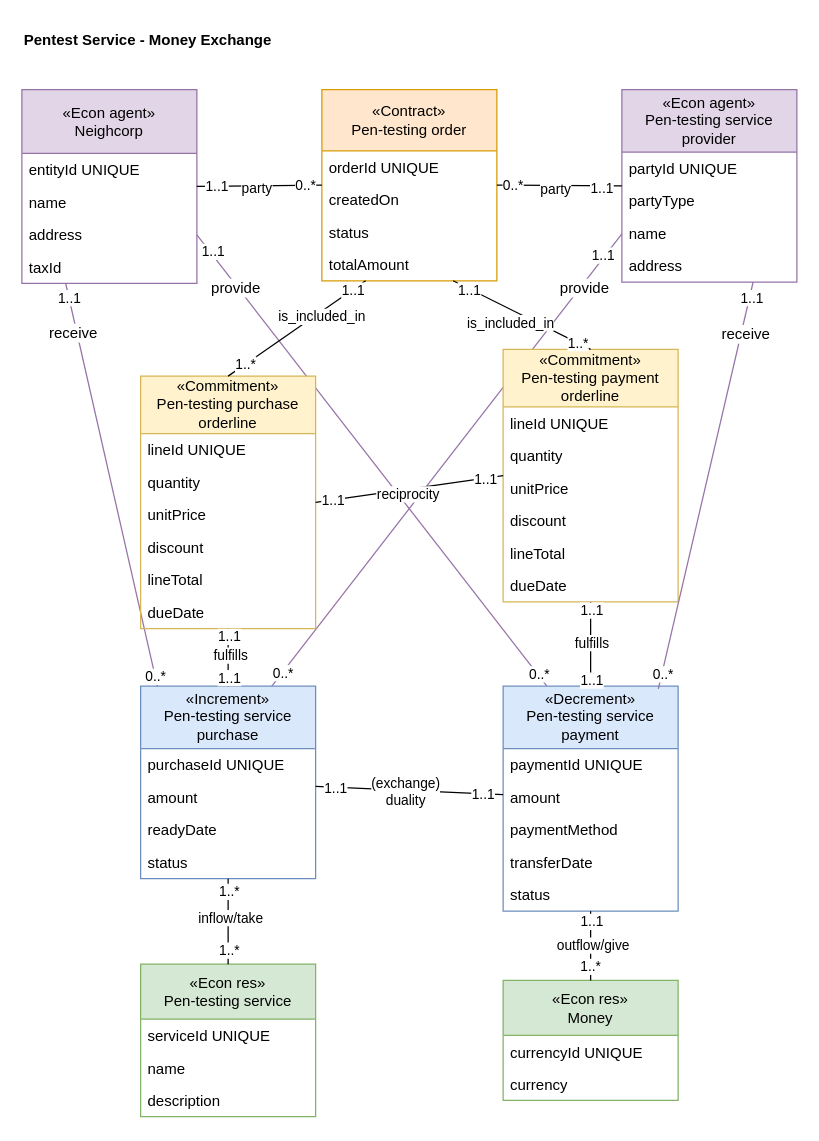
This is page "Pentest Service Exchange" (3 of 9) of media/IS1_Project_REA.drawio from tudwiglemmel/Neigh-Corp---Golden-Meadows, a draw.io file, before an edit. Source tidied: cells renumbered, new cells numbered last; positions are measured from the earlier drawing's top-left corner, leaving out a move shared by most shapes. Both pictures are drawn from the tidied source at 125%, with x=0, y=0 at pixel (21, 21).
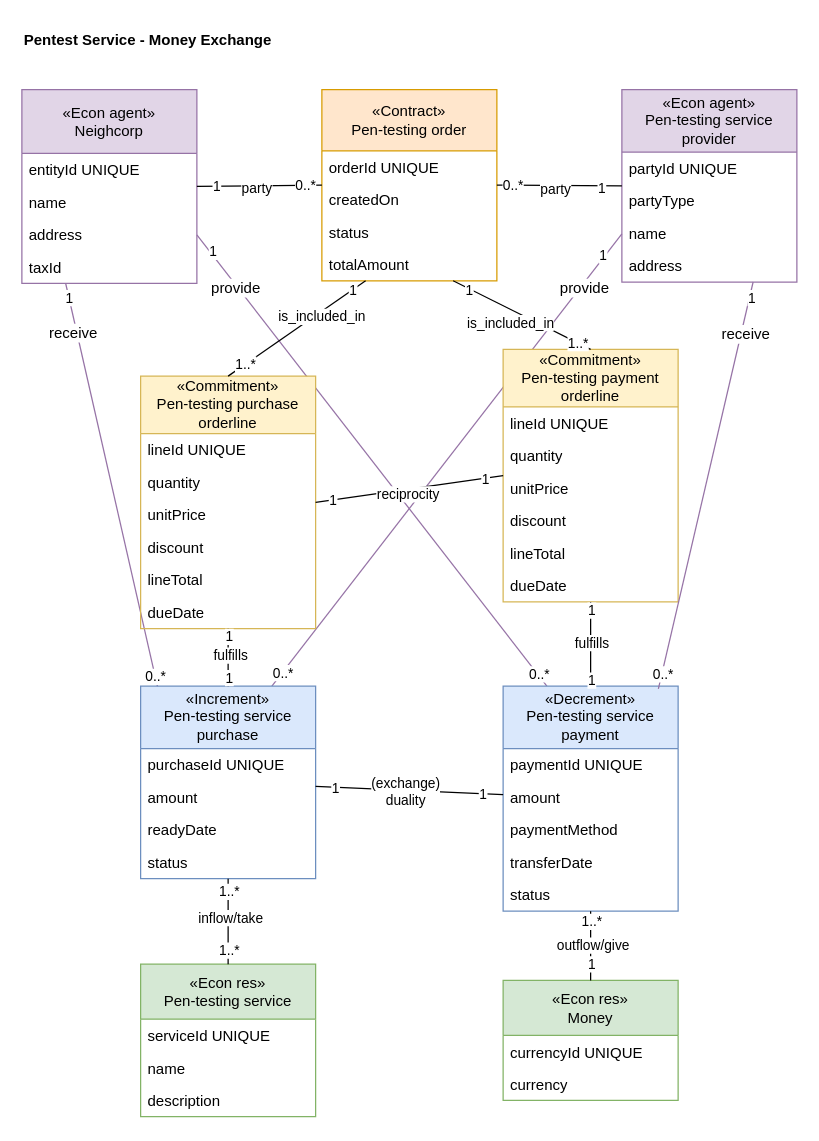
After the change.

The change refers to these unchanged cells:
```xml
<mxCell id="2" value="receive" style="rounded=0;jettySize=auto;html=1;exitX=0.25;exitY=1;exitDx=0;exitDy=0;entryX=0.101;entryY=0.021;entryDx=0;entryDy=0;fontFamily=Helvetica;fontSize=12;fontColor=default;entryPerimeter=0;endArrow=none;endFill=0;fillColor=#e1d5e7;strokeColor=#9673a6;" parent="1" edge="1" source="8" target="60">
  <mxGeometry x="-0.76" y="-3" relative="1" as="geometry" />
</mxCell>
<mxCell id="5" value="provide" style="rounded=0;jettySize=auto;html=1;exitX=1;exitY=0.75;exitDx=0;exitDy=0;entryX=0.25;entryY=0;entryDx=0;entryDy=0;fontFamily=Helvetica;fontSize=12;fontColor=default;endArrow=none;endFill=0;fillColor=#e1d5e7;strokeColor=#9673a6;" parent="1" edge="1" source="8" target="65">
  <mxGeometry x="-0.77" y="-2" relative="1" as="geometry" />
</mxCell>
<mxCell id="13" value="provide" style="rounded=0;jettySize=auto;html=1;exitX=0;exitY=0.75;exitDx=0;exitDy=0;entryX=0.75;entryY=0;entryDx=0;entryDy=0;fontFamily=Helvetica;fontSize=12;fontColor=default;endArrow=none;endFill=0;fillColor=#e1d5e7;strokeColor=#9673a6;" parent="1" edge="1" source="16" target="60">
  <mxGeometry x="-0.77" y="3" relative="1" as="geometry" />
</mxCell>
<mxCell id="26" style="endArrow=none;html=1;rounded=0;entryX=1;entryY=0.5;entryDx=0;entryDy=0;exitX=0;exitY=0.5;exitDx=0;exitDy=0;" parent="1" edge="1" source="21" target="8">
  <mxGeometry relative="1" as="geometry" />
</mxCell>
<mxCell id="30" style="endArrow=none;html=1;rounded=0;entryX=0;entryY=0.5;entryDx=0;entryDy=0;exitX=1;exitY=0.5;exitDx=0;exitDy=0;" parent="1" edge="1" source="21" target="16">
  <mxGeometry relative="1" as="geometry" />
</mxCell>
<mxCell id="48" style="endArrow=none;html=1;rounded=0;exitX=1;exitY=0.5;exitDx=0;exitDy=0;entryX=0;entryY=0.5;entryDx=0;entryDy=0;" parent="1" edge="1" source="34" target="41">
  <mxGeometry relative="1" as="geometry" />
</mxCell>
<mxCell id="52" style="endArrow=none;html=1;rounded=0;exitX=0.5;exitY=0;exitDx=0;exitDy=0;entryX=0.25;entryY=1;entryDx=0;entryDy=0;" parent="1" edge="1" source="34" target="21">
  <mxGeometry relative="1" as="geometry" />
</mxCell>
<mxCell id="56" style="endArrow=none;html=1;rounded=0;exitX=0.75;exitY=1;exitDx=0;exitDy=0;entryX=0.5;entryY=0;entryDx=0;entryDy=0;" parent="1" edge="1" source="21" target="41">
  <mxGeometry relative="1" as="geometry" />
</mxCell>
<mxCell id="71" style="endArrow=none;html=1;rounded=0;" parent="1" edge="1" source="60" target="34">
  <mxGeometry relative="1" as="geometry" />
</mxCell>
<mxCell id="75" style="endArrow=none;html=1;rounded=0;" parent="1" edge="1" source="65" target="41">
  <mxGeometry relative="1" as="geometry" />
</mxCell>
<mxCell id="86" style="endArrow=none;html=1;rounded=0;" parent="1" edge="1" source="60" target="65">
  <mxGeometry relative="1" as="geometry" />
</mxCell>
<mxCell id="90" style="endArrow=none;html=1;rounded=0;" parent="1" edge="1" source="83" target="65">
  <mxGeometry relative="1" as="geometry" />
</mxCell>
<mxCell id="98" value="receive" style="rounded=0;jettySize=auto;html=1;exitX=0.75;exitY=1;exitDx=0;exitDy=0;entryX=0.887;entryY=0.012;entryDx=0;entryDy=0;entryPerimeter=0;fontFamily=Helvetica;fontSize=12;fontColor=default;endArrow=none;endFill=0;fillColor=#e1d5e7;strokeColor=#9673a6;" parent="1" edge="1" source="16" target="65">
  <mxGeometry x="-0.75" y="5" relative="1" as="geometry">
    <mxPoint x="-1" as="offset" />
  </mxGeometry>
</mxCell>
```

The edit, as a diff of the source:
```diff
@@
-    <mxCell id="4" value="1..1" style="edgeLabel;html=1;align=center;verticalAlign=middle;" parent="2" vertex="1">
+    <mxCell id="4" value="1" style="edgeLabel;html=1;align=center;verticalAlign=middle;" parent="2" vertex="1">
       <mxGeometry x="-0.93" relative="1" as="geometry" />
     </mxCell>
@@
-    <mxCell id="7" value="1..1" style="edgeLabel;html=1;align=center;verticalAlign=middle;" parent="5" vertex="1">
+    <mxCell id="7" value="1" style="edgeLabel;html=1;align=center;verticalAlign=middle;" parent="5" vertex="1">
       <mxGeometry x="-0.92" y="2" relative="1" as="geometry" />
     </mxCell>
@@
-    <mxCell id="15" value="1..1" style="edgeLabel;html=1;align=center;verticalAlign=middle;" parent="13" vertex="1">
+    <mxCell id="15" value="1" style="edgeLabel;html=1;align=center;verticalAlign=middle;" parent="13" vertex="1">
       <mxGeometry x="-0.9" y="-2" relative="1" as="geometry" />
     </mxCell>
@@
-    <mxCell id="29" value="1..1" style="edgeLabel;html=1;align=center;verticalAlign=middle;" parent="26" vertex="1">
+    <mxCell id="29" value="1" style="edgeLabel;html=1;align=center;verticalAlign=middle;" parent="26" vertex="1">
       <mxGeometry x="0.7" relative="1" as="geometry" />
     </mxCell>
@@
-    <mxCell id="33" value="1..1" style="edgeLabel;html=1;align=center;verticalAlign=middle;" parent="30" vertex="1">
+    <mxCell id="33" value="1" style="edgeLabel;html=1;align=center;verticalAlign=middle;" parent="30" vertex="1">
       <mxGeometry x="0.68" y="-1" relative="1" as="geometry" />
     </mxCell>
@@
-    <mxCell id="50" value="1..1" style="edgeLabel;html=1;align=center;verticalAlign=middle;" parent="48" vertex="1">
+    <mxCell id="50" value="1" style="edgeLabel;html=1;align=center;verticalAlign=middle;" parent="48" vertex="1">
       <mxGeometry x="-0.82" relative="1" as="geometry" />
     </mxCell>
-    <mxCell id="51" value="1..1" style="edgeLabel;html=1;align=center;verticalAlign=middle;" parent="48" vertex="1">
+    <mxCell id="51" value="1" style="edgeLabel;html=1;align=center;verticalAlign=middle;" parent="48" vertex="1">
       <mxGeometry x="0.81" relative="1" as="geometry" />
     </mxCell>
@@
-    <mxCell id="54" value="1..1" style="edgeLabel;html=1;align=center;verticalAlign=middle;" parent="52" vertex="1">
+    <mxCell id="54" value="1" style="edgeLabel;html=1;align=center;verticalAlign=middle;" parent="52" vertex="1">
       <mxGeometry x="0.81" relative="1" as="geometry" />
     </mxCell>
@@
-    <mxCell id="58" value="1..1" style="edgeLabel;html=1;align=center;verticalAlign=middle;" parent="56" vertex="1">
+    <mxCell id="58" value="1" style="edgeLabel;html=1;align=center;verticalAlign=middle;" parent="56" vertex="1">
       <mxGeometry x="-0.77" y="-1" relative="1" as="geometry" />
     </mxCell>
@@
-    <mxCell id="73" value="1..1" style="edgeLabel;html=1;align=center;verticalAlign=middle;" parent="71" vertex="1">
+    <mxCell id="73" value="1" style="edgeLabel;html=1;align=center;verticalAlign=middle;" parent="71" vertex="1">
       <mxGeometry x="-0.69" relative="1" as="geometry" />
     </mxCell>
-    <mxCell id="74" value="1..1" style="edgeLabel;html=1;align=center;verticalAlign=middle;" parent="71" vertex="1">
+    <mxCell id="74" value="1" style="edgeLabel;html=1;align=center;verticalAlign=middle;" parent="71" vertex="1">
       <mxGeometry x="0.75" relative="1" as="geometry" />
     </mxCell>
@@
-    <mxCell id="77" value="1..1" style="edgeLabel;html=1;align=center;verticalAlign=middle;" parent="75" vertex="1">
+    <mxCell id="77" value="1" style="edgeLabel;html=1;align=center;verticalAlign=middle;" parent="75" vertex="1">
       <mxGeometry x="0.81" relative="1" as="geometry" />
     </mxCell>
-    <mxCell id="78" value="1..1" style="edgeLabel;html=1;align=center;verticalAlign=middle;" parent="75" vertex="1">
+    <mxCell id="78" value="1" style="edgeLabel;html=1;align=center;verticalAlign=middle;" parent="75" vertex="1">
       <mxGeometry x="-0.85" relative="1" as="geometry" />
     </mxCell>
@@
-    <mxCell id="88" value="1..1" style="edgeLabel;html=1;align=center;verticalAlign=middle;" parent="86" vertex="1">
+    <mxCell id="88" value="1" style="edgeLabel;html=1;align=center;verticalAlign=middle;" parent="86" vertex="1">
       <mxGeometry x="-0.79" relative="1" as="geometry" />
     </mxCell>
-    <mxCell id="89" value="1..1" style="edgeLabel;html=1;align=center;verticalAlign=middle;" parent="86" vertex="1">
+    <mxCell id="89" value="1" style="edgeLabel;html=1;align=center;verticalAlign=middle;" parent="86" vertex="1">
       <mxGeometry x="0.79" relative="1" as="geometry" />
     </mxCell>
@@
     <mxCell id="92" value="1..*" style="edgeLabel;html=1;align=center;verticalAlign=middle;" parent="90" vertex="1">
-      <mxGeometry x="-0.59" y="1" relative="1" as="geometry" />
+      <mxGeometry x="-0.59" y="1" relative="1" as="geometry">
+        <mxPoint x="1" y="-36" as="offset" />
+      </mxGeometry>
     </mxCell>
-    <mxCell id="93" value="1..1" style="edgeLabel;html=1;align=center;verticalAlign=middle;" parent="90" vertex="1">
-      <mxGeometry x="0.69" relative="1" as="geometry" />
+    <mxCell id="93" value="1" style="edgeLabel;html=1;align=center;verticalAlign=middle;" parent="90" vertex="1">
+      <mxGeometry x="0.69" relative="1" as="geometry">
+        <mxPoint y="34" as="offset" />
+      </mxGeometry>
     </mxCell>
@@
-    <mxCell id="100" value="1..1" style="edgeLabel;html=1;align=center;verticalAlign=middle;" parent="98" vertex="1">
+    <mxCell id="100" value="1" style="edgeLabel;html=1;align=center;verticalAlign=middle;" parent="98" vertex="1">
       <mxGeometry x="-0.92" y="1" relative="1" as="geometry" />
     </mxCell>
```
